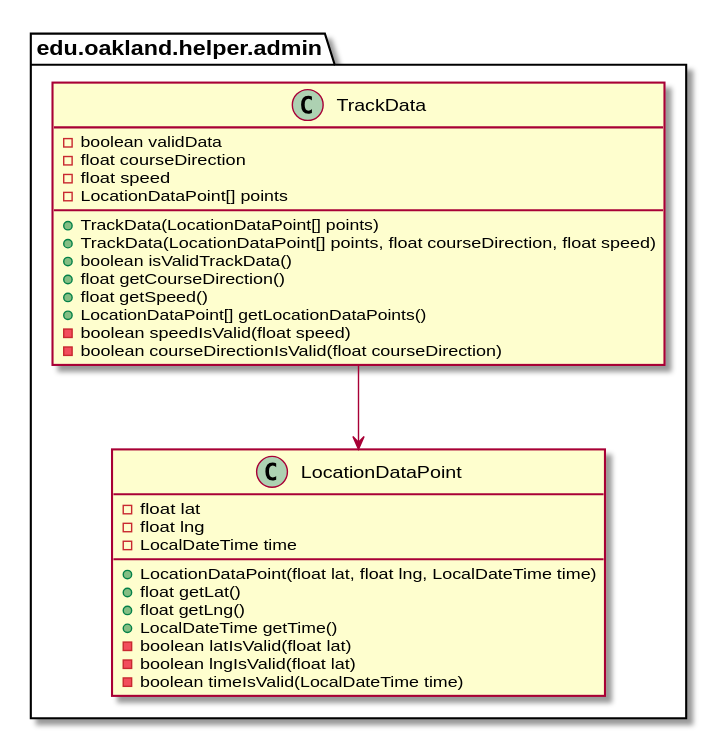
Earlier version of the PlantUML export docs/uml-class-diagrams/admin/helper/TrackData/TrackData_DirectDependencies.svg (andrewdimmer/csi-3370-software-project). The source it was exported from:
```plantuml
@startuml TrackData_DirectDependencies


package edu.oakland.helper.admin {
    class TrackData {
        - boolean validData
        - float courseDirection
        - float speed
        - LocationDataPoint[] points
        + TrackData(LocationDataPoint[] points)
        + TrackData(LocationDataPoint[] points, float courseDirection, float speed)
        + boolean isValidTrackData()
        + float getCourseDirection()
        + float getSpeed()
        + LocationDataPoint[] getLocationDataPoints()
        - boolean speedIsValid(float speed)
        - boolean courseDirectionIsValid(float courseDirection)
    }
}



package edu.oakland.helper.admin {
    class LocationDataPoint {
        - float lat
        - float lng
        - LocalDateTime time
        + LocationDataPoint(float lat, float lng, LocalDateTime time)
        + float getLat()
        + float getLng()
        + LocalDateTime getTime()
        - boolean latIsValid(float lat)
        - boolean lngIsValid(float lat)
        - boolean timeIsValid(LocalDateTime time)
    }
}

TrackData --> LocationDataPoint





@enduml
```
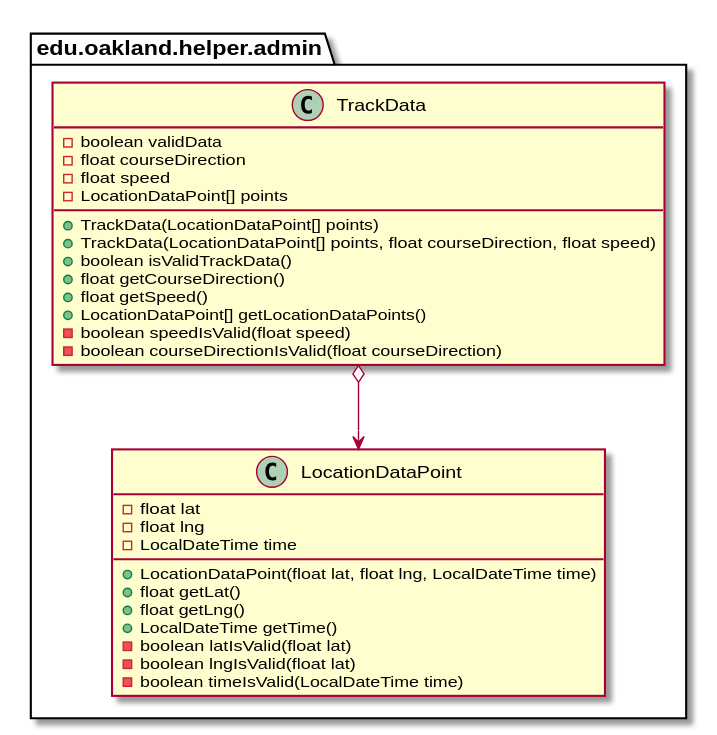
After the change.

The edit, as a diff of the source:
```diff
@@ -35,7 +35,7 @@
     }
 }
 
-TrackData --> LocationDataPoint
+TrackData o--> LocationDataPoint
 
 
 
```
